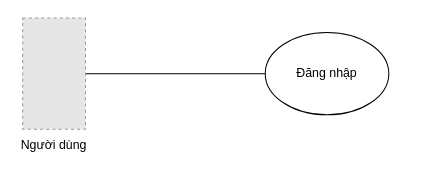
frozenproof/dactaphanmem keeps this draw.io diagram as phac thao do an cuoi cung/use case dang nhap.drawio. Above is the earlier version. Source tidied: cells renumbered, new cells numbered last; positions are measured from the earlier drawing's top-left corner, leaving out a move shared by most shapes. Both pictures are drawn from the tidied source at 103%, with x=0, y=0 at pixel (18, 18). Pictures stored in the file or linked from it are replaced by grey dashed boxes.
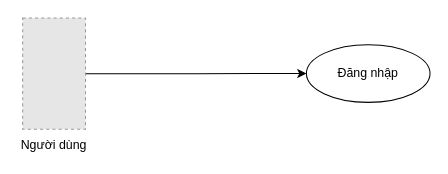
After the change.

Diff of the diagram source:
```diff
@@
 <mxGraphModel>
   <root>
     <mxCell id="0" />
     <mxCell id="1" parent="0" />
     <mxCell id="2" value="Người dùng" style="text;html=1;align=center;verticalAlign=middle;whiteSpace=wrap;rounded=0;" parent="1" vertex="1">
       <mxGeometry y="113.9" width="70" height="20" as="geometry" />
     </mxCell>
-    <mxCell id="3" style="edgeStyle=orthogonalEdgeStyle;rounded=0;jettySize=auto;html=1;" parent="1" edge="1" source="4">
-      <mxGeometry relative="1" as="geometry">
-        <mxPoint x="250" y="54" as="targetPoint" />
-      </mxGeometry>
+    <mxCell id="3" style="edgeStyle=orthogonalEdgeStyle;rounded=0;jettySize=auto;html=1;entryX=0;entryY=0.5;entryDx=0;entryDy=0;" parent="1" edge="1" source="4" target="5">
+      <mxGeometry relative="1" as="geometry" />
     </mxCell>
     <mxCell id="4" style="fillColor=#E6E6E6;strokeColor=#999999;dashed=1;verticalLabelPosition=bottom;labelBackgroundColor=default;verticalAlign=top;" parent="1" vertex="1">
       <mxGeometry x="4.5" width="61" height="107.9" as="geometry" />
     </mxCell>
     <mxCell id="5" value="Đăng nhập" style="ellipse;whiteSpace=wrap;html=1;" parent="1" vertex="1">
-      <mxGeometry x="240" y="14" width="120" height="80" as="geometry" />
+      <mxGeometry x="280" y="25.9" width="120" height="56" as="geometry" />
     </mxCell>
   </root>
 </mxGraphModel>
```
